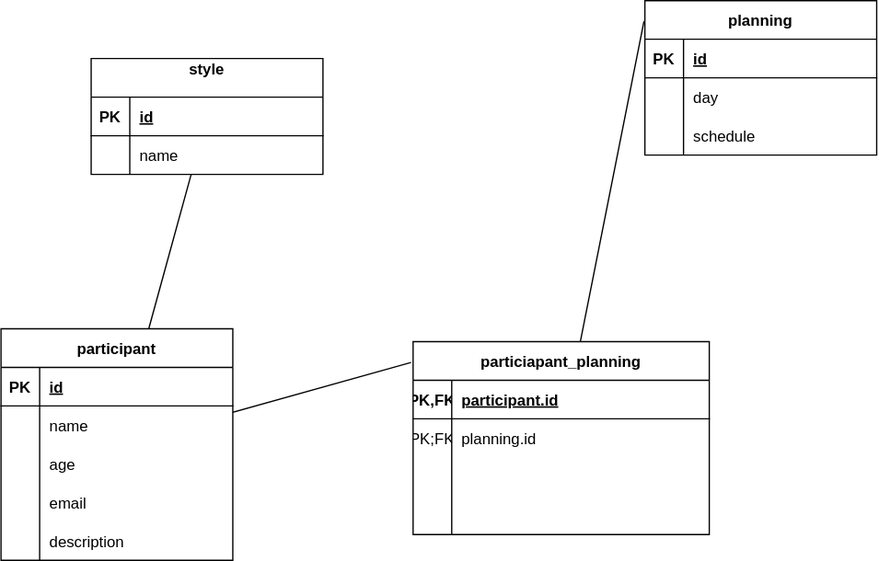
Earlier version of the draw.io export code/server/merise/MLD.rockny2.drawio.svg (Maimoudia/Rockny2). Source tidied: cells renumbered, new cells last; positions are measured from the earlier drawing's top-left corner, leaving out a move shared by most shapes.
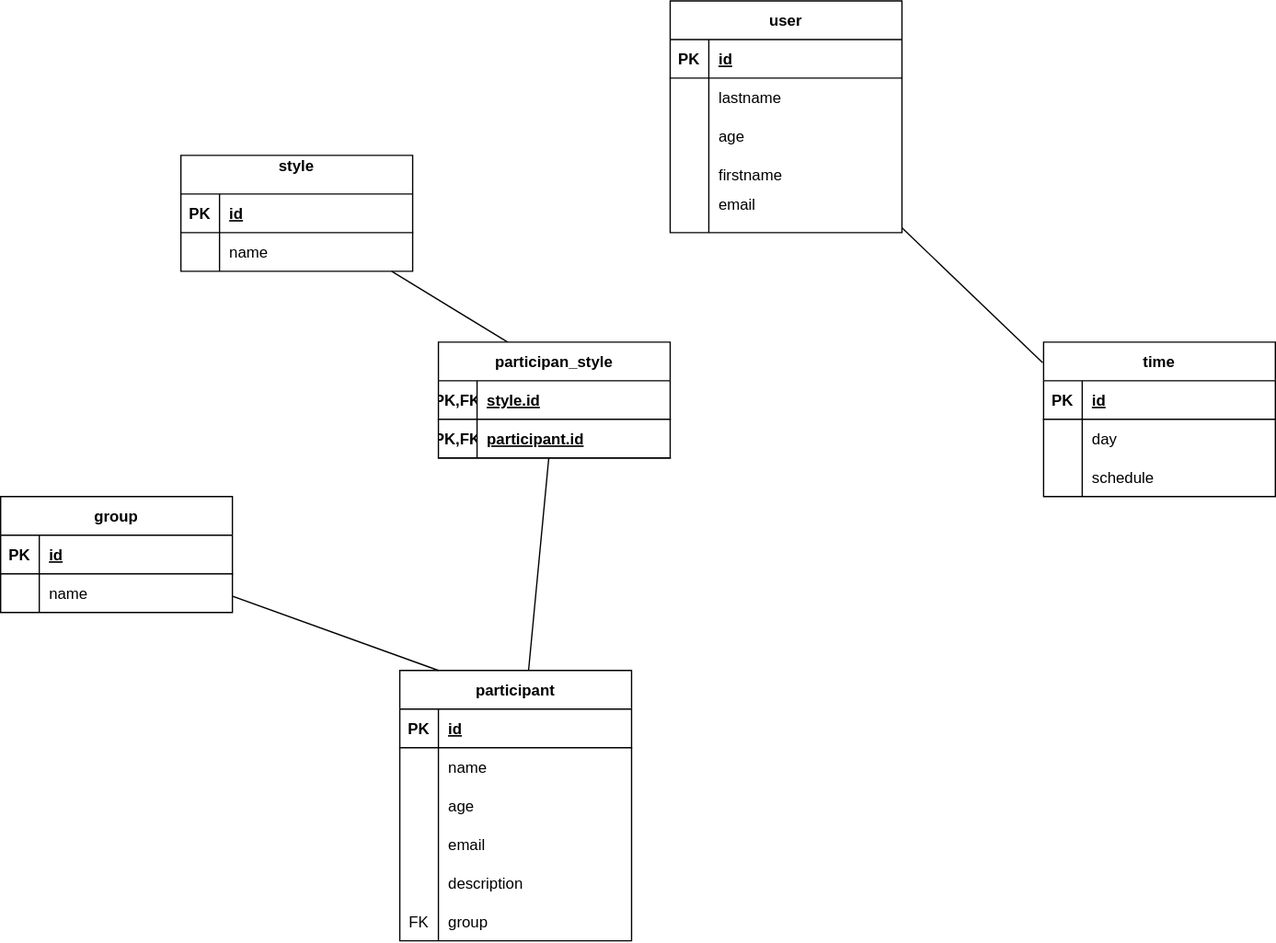
Later version of the same file.

The edit, as a diff of the source:
```diff
@@ -3,7 +3,7 @@
     <mxCell id="0" />
     <mxCell id="1" parent="0" />
     <mxCell id="2" value="style&#10;" style="shape=table;startSize=30;rowLines=0;fontStyle=1;align=center;rounded=0;shadow=0;glass=0;sketch=0;gradientColor=none;" parent="1" vertex="1">
-      <mxGeometry x="70" y="45" width="180" height="90" as="geometry" />
+      <mxGeometry x="-170" y="-145" width="180" height="90" as="geometry" />
     </mxCell>
     <mxCell id="3" style="shape=tableRow;horizontal=0;startSize=0;swimlaneHead=0;swimlaneBody=0;fillColor=none;top=0;left=0;right=0;bottom=1;rounded=0;shadow=0;glass=0;sketch=0;" parent="2" vertex="1">
       <mxGeometry y="30" width="180" height="30" as="geometry" />
@@ -24,7 +24,7 @@
       <mxGeometry x="30" width="150" height="30" as="geometry" />
     </mxCell>
     <mxCell id="9" value="participant" style="shape=table;startSize=30;rowLines=0;fontStyle=1;align=center;rounded=0;shadow=0;glass=0;sketch=0;gradientColor=none;" parent="1" vertex="1">
-      <mxGeometry y="255" width="180" height="180" as="geometry" />
+      <mxGeometry y="255" width="180" height="210" as="geometry" />
     </mxCell>
     <mxCell id="10" style="shape=tableRow;horizontal=0;startSize=0;swimlaneHead=0;swimlaneBody=0;fillColor=none;top=0;left=0;right=0;bottom=1;rounded=0;shadow=0;glass=0;sketch=0;" parent="9" vertex="1">
       <mxGeometry y="30" width="180" height="30" as="geometry" />
@@ -71,10 +71,19 @@
     <mxCell id="24" value="description" style="shape=partialRectangle;fillColor=none;top=0;left=0;bottom=0;right=0;align=left;spacingLeft=6;overflow=hidden;rounded=0;shadow=0;glass=0;sketch=0;" parent="22" vertex="1">
       <mxGeometry x="30" width="150" height="30" as="geometry" />
     </mxCell>
+    <mxCell id="51" style="shape=tableRow;horizontal=0;startSize=0;swimlaneHead=0;swimlaneBody=0;fillColor=none;top=0;left=0;right=0;bottom=0;rounded=0;shadow=0;glass=0;sketch=0;" parent="9" vertex="1">
+      <mxGeometry y="180" width="180" height="30" as="geometry" />
+    </mxCell>
+    <mxCell id="52" value="FK" style="shape=partialRectangle;fillColor=none;top=0;left=0;bottom=0;right=0;overflow=hidden;rounded=0;shadow=0;glass=0;sketch=0;" parent="51" vertex="1">
+      <mxGeometry width="30" height="30" as="geometry" />
+    </mxCell>
+    <mxCell id="53" value="group " style="shape=partialRectangle;fillColor=none;top=0;left=0;bottom=0;right=0;align=left;spacingLeft=6;overflow=hidden;rounded=0;shadow=0;glass=0;sketch=0;" parent="51" vertex="1">
+      <mxGeometry x="30" width="150" height="30" as="geometry" />
+    </mxCell>
-    <mxCell id="25" style="endArrow=none;html=1;" parent="1" edge="1" source="9" target="2">
+    <mxCell id="25" style="endArrow=none;html=1;exitX=0.333;exitY=0.042;exitDx=0;exitDy=0;exitPerimeter=0;" parent="1" edge="1" source="78" target="2">
       <mxGeometry relative="1" as="geometry" />
     </mxCell>
-    <mxCell id="26" value="planning" style="shape=table;startSize=30;rowLines=0;fontStyle=1;align=center;rounded=0;shadow=0;glass=0;sketch=0;gradientColor=none;" parent="1" vertex="1">
+    <mxCell id="26" value="time" style="shape=table;startSize=30;rowLines=0;fontStyle=1;align=center;rounded=0;shadow=0;glass=0;sketch=0;gradientColor=none;" parent="1" vertex="1">
       <mxGeometry x="500" width="180" height="120" as="geometry" />
     </mxCell>
     <mxCell id="27" style="shape=tableRow;horizontal=0;startSize=0;swimlaneHead=0;swimlaneBody=0;fillColor=none;top=0;left=0;right=0;bottom=1;rounded=0;shadow=0;glass=0;sketch=0;" parent="26" vertex="1">
@@ -104,50 +113,104 @@
     <mxCell id="35" value="schedule" style="shape=partialRectangle;fillColor=none;top=0;left=0;bottom=0;right=0;align=left;spacingLeft=6;overflow=hidden;rounded=0;shadow=0;glass=0;sketch=0;" parent="33" vertex="1">
       <mxGeometry x="30" width="150" height="30" as="geometry" />
     </mxCell>
-    <mxCell id="36" value="particiapant_planning" style="shape=table;startSize=30;rowLines=0;fontStyle=1;align=center;rounded=0;shadow=0;glass=0;sketch=0;gradientColor=none;" parent="1" vertex="1">
-      <mxGeometry x="320" y="265" width="230" height="150" as="geometry" />
-    </mxCell>
-    <mxCell id="37" style="shape=tableRow;horizontal=0;startSize=0;swimlaneHead=0;swimlaneBody=0;fillColor=none;top=0;left=0;right=0;bottom=1;rounded=0;shadow=0;glass=0;sketch=0;" parent="36" vertex="1">
-      <mxGeometry y="30" width="230" height="30" as="geometry" />
-    </mxCell>
-    <mxCell id="38" value="PK,FK" style="shape=partialRectangle;fillColor=none;top=0;left=0;bottom=0;right=0;fontStyle=1;overflow=hidden;rounded=0;shadow=0;glass=0;sketch=0;" parent="37" vertex="1">
-      <mxGeometry width="30" height="30" as="geometry" />
-    </mxCell>
-    <mxCell id="39" value="participant.id" style="shape=partialRectangle;fillColor=none;top=0;left=0;bottom=0;right=0;align=left;spacingLeft=6;fontStyle=5;overflow=hidden;rounded=0;shadow=0;glass=0;sketch=0;" parent="37" vertex="1">
-      <mxGeometry x="30" width="200" height="30" as="geometry" />
-    </mxCell>
-    <mxCell id="40" style="shape=tableRow;horizontal=0;startSize=0;swimlaneHead=0;swimlaneBody=0;fillColor=none;top=0;left=0;right=0;bottom=0;rounded=0;shadow=0;glass=0;sketch=0;" parent="36" vertex="1">
-      <mxGeometry y="60" width="230" height="30" as="geometry" />
-    </mxCell>
-    <mxCell id="41" value="PK;FK" style="shape=partialRectangle;fillColor=none;top=0;left=0;bottom=0;right=0;overflow=hidden;rounded=0;shadow=0;glass=0;sketch=0;" parent="40" vertex="1">
-      <mxGeometry width="30" height="30" as="geometry" />
-    </mxCell>
-    <mxCell id="42" value="planning.id" style="shape=partialRectangle;fillColor=none;top=0;left=0;bottom=0;right=0;align=left;spacingLeft=6;overflow=hidden;rounded=0;shadow=0;glass=0;sketch=0;" parent="40" vertex="1">
-      <mxGeometry x="30" width="200" height="30" as="geometry" />
-    </mxCell>
-    <mxCell id="43" style="shape=tableRow;horizontal=0;startSize=0;swimlaneHead=0;swimlaneBody=0;fillColor=none;top=0;left=0;right=0;bottom=0;rounded=0;shadow=0;glass=0;sketch=0;" parent="36" vertex="1">
-      <mxGeometry y="90" width="230" height="30" as="geometry" />
-    </mxCell>
-    <mxCell id="44" style="shape=partialRectangle;fillColor=none;top=0;left=0;bottom=0;right=0;overflow=hidden;rounded=0;shadow=0;glass=0;sketch=0;" parent="43" vertex="1">
-      <mxGeometry width="30" height="30" as="geometry" />
-    </mxCell>
-    <mxCell id="45" style="shape=partialRectangle;fillColor=none;top=0;left=0;bottom=0;right=0;align=left;spacingLeft=6;overflow=hidden;rounded=0;shadow=0;glass=0;sketch=0;" parent="43" vertex="1">
-      <mxGeometry x="30" width="200" height="30" as="geometry" />
-    </mxCell>
-    <mxCell id="46" style="shape=tableRow;horizontal=0;startSize=0;swimlaneHead=0;swimlaneBody=0;fillColor=none;top=0;left=0;right=0;bottom=0;rounded=0;shadow=0;glass=0;sketch=0;" parent="36" vertex="1">
-      <mxGeometry y="120" width="230" height="30" as="geometry" />
-    </mxCell>
-    <mxCell id="47" style="shape=partialRectangle;fillColor=none;top=0;left=0;bottom=0;right=0;overflow=hidden;rounded=0;shadow=0;glass=0;sketch=0;" parent="46" vertex="1">
-      <mxGeometry width="30" height="30" as="geometry" />
-    </mxCell>
-    <mxCell id="48" style="shape=partialRectangle;fillColor=none;top=0;left=0;bottom=0;right=0;align=left;spacingLeft=6;overflow=hidden;rounded=0;shadow=0;glass=0;sketch=0;" parent="46" vertex="1">
-      <mxGeometry x="30" width="200" height="30" as="geometry" />
-    </mxCell>
-    <mxCell id="49" style="endArrow=none;html=1;entryX=-0.007;entryY=0.108;entryDx=0;entryDy=0;entryPerimeter=0;" parent="1" edge="1" source="9" target="36">
+    <mxCell id="49" style="endArrow=none;html=1;" parent="1" edge="1" source="9" target="78">
       <mxGeometry relative="1" as="geometry" />
     </mxCell>
-    <mxCell id="50" style="endArrow=none;html=1;entryX=-0.004;entryY=0.133;entryDx=0;entryDy=0;entryPerimeter=0;" parent="1" edge="1" source="36" target="26">
+    <mxCell id="50" style="endArrow=none;html=1;entryX=-0.004;entryY=0.133;entryDx=0;entryDy=0;entryPerimeter=0;" parent="1" edge="1" source="62" target="26">
       <mxGeometry relative="1" as="geometry" />
     </mxCell>
+    <mxCell id="54" value="group" style="shape=table;startSize=30;rowLines=0;fontStyle=1;align=center;rounded=0;shadow=0;glass=0;sketch=0;gradientColor=none;" parent="1" vertex="1">
+      <mxGeometry x="-310" y="120" width="180" height="90" as="geometry" />
+    </mxCell>
+    <mxCell id="55" style="shape=tableRow;horizontal=0;startSize=0;swimlaneHead=0;swimlaneBody=0;fillColor=none;top=0;left=0;right=0;bottom=1;rounded=0;shadow=0;glass=0;sketch=0;" parent="54" vertex="1">
+      <mxGeometry y="30" width="180" height="30" as="geometry" />
+    </mxCell>
+    <mxCell id="56" value="PK" style="shape=partialRectangle;fillColor=none;top=0;left=0;bottom=0;right=0;fontStyle=1;overflow=hidden;rounded=0;shadow=0;glass=0;sketch=0;" parent="55" vertex="1">
+      <mxGeometry width="30" height="30" as="geometry" />
+    </mxCell>
+    <mxCell id="57" value="id" style="shape=partialRectangle;fillColor=none;top=0;left=0;bottom=0;right=0;align=left;spacingLeft=6;fontStyle=5;overflow=hidden;rounded=0;shadow=0;glass=0;sketch=0;" parent="55" vertex="1">
+      <mxGeometry x="30" width="150" height="30" as="geometry" />
+    </mxCell>
+    <mxCell id="58" style="shape=tableRow;horizontal=0;startSize=0;swimlaneHead=0;swimlaneBody=0;fillColor=none;top=0;left=0;right=0;bottom=0;rounded=0;shadow=0;glass=0;sketch=0;" parent="54" vertex="1">
+      <mxGeometry y="60" width="180" height="30" as="geometry" />
+    </mxCell>
+    <mxCell id="59" style="shape=partialRectangle;fillColor=none;top=0;left=0;bottom=0;right=0;overflow=hidden;rounded=0;shadow=0;glass=0;sketch=0;" parent="58" vertex="1">
+      <mxGeometry width="30" height="30" as="geometry" />
+    </mxCell>
+    <mxCell id="60" value="name" style="shape=partialRectangle;fillColor=none;top=0;left=0;bottom=0;right=0;align=left;spacingLeft=6;overflow=hidden;rounded=0;shadow=0;glass=0;sketch=0;" parent="58" vertex="1">
+      <mxGeometry x="30" width="150" height="30" as="geometry" />
+    </mxCell>
+    <mxCell id="61" style="endArrow=none;html=1;exitX=0.167;exitY=0;exitDx=0;exitDy=0;exitPerimeter=0;" parent="1" edge="1" source="9" target="54">
+      <mxGeometry relative="1" as="geometry" />
+    </mxCell>
+    <mxCell id="62" value="user" style="shape=table;startSize=30;rowLines=0;fontStyle=1;align=center;rounded=0;shadow=0;glass=0;sketch=0;gradientColor=none;" parent="1" vertex="1">
+      <mxGeometry x="210" y="-265" width="180" height="180" as="geometry" />
+    </mxCell>
+    <mxCell id="63" style="shape=tableRow;horizontal=0;startSize=0;swimlaneHead=0;swimlaneBody=0;fillColor=none;top=0;left=0;right=0;bottom=1;rounded=0;shadow=0;glass=0;sketch=0;" parent="62" vertex="1">
+      <mxGeometry y="30" width="180" height="30" as="geometry" />
+    </mxCell>
+    <mxCell id="64" value="PK" style="shape=partialRectangle;fillColor=none;top=0;left=0;bottom=0;right=0;fontStyle=1;overflow=hidden;rounded=0;shadow=0;glass=0;sketch=0;" parent="63" vertex="1">
+      <mxGeometry width="30" height="30" as="geometry" />
+    </mxCell>
+    <mxCell id="65" value="id" style="shape=partialRectangle;fillColor=none;top=0;left=0;bottom=0;right=0;align=left;spacingLeft=6;fontStyle=5;overflow=hidden;rounded=0;shadow=0;glass=0;sketch=0;" parent="63" vertex="1">
+      <mxGeometry x="30" width="150" height="30" as="geometry" />
+    </mxCell>
+    <mxCell id="66" style="shape=tableRow;horizontal=0;startSize=0;swimlaneHead=0;swimlaneBody=0;fillColor=none;top=0;left=0;right=0;bottom=0;rounded=0;shadow=0;glass=0;sketch=0;" parent="62" vertex="1">
+      <mxGeometry y="60" width="180" height="30" as="geometry" />
+    </mxCell>
+    <mxCell id="67" style="shape=partialRectangle;fillColor=none;top=0;left=0;bottom=0;right=0;overflow=hidden;rounded=0;shadow=0;glass=0;sketch=0;" parent="66" vertex="1">
+      <mxGeometry width="30" height="30" as="geometry" />
+    </mxCell>
+    <mxCell id="68" value="lastname" style="shape=partialRectangle;fillColor=none;top=0;left=0;bottom=0;right=0;align=left;spacingLeft=6;overflow=hidden;rounded=0;shadow=0;glass=0;sketch=0;" parent="66" vertex="1">
+      <mxGeometry x="30" width="150" height="30" as="geometry" />
+    </mxCell>
+    <mxCell id="69" style="shape=tableRow;horizontal=0;startSize=0;swimlaneHead=0;swimlaneBody=0;fillColor=none;top=0;left=0;right=0;bottom=0;rounded=0;shadow=0;glass=0;sketch=0;" parent="62" vertex="1">
+      <mxGeometry y="90" width="180" height="30" as="geometry" />
+    </mxCell>
+    <mxCell id="70" style="shape=partialRectangle;fillColor=none;top=0;left=0;bottom=0;right=0;overflow=hidden;rounded=0;shadow=0;glass=0;sketch=0;" parent="69" vertex="1">
+      <mxGeometry width="30" height="30" as="geometry" />
+    </mxCell>
+    <mxCell id="71" value="age" style="shape=partialRectangle;fillColor=none;top=0;left=0;bottom=0;right=0;align=left;spacingLeft=6;overflow=hidden;rounded=0;shadow=0;glass=0;sketch=0;" parent="69" vertex="1">
+      <mxGeometry x="30" width="150" height="30" as="geometry" />
+    </mxCell>
+    <mxCell id="72" style="shape=tableRow;horizontal=0;startSize=0;swimlaneHead=0;swimlaneBody=0;fillColor=none;top=0;left=0;right=0;bottom=0;rounded=0;shadow=0;glass=0;sketch=0;" parent="62" vertex="1">
+      <mxGeometry y="120" width="180" height="30" as="geometry" />
+    </mxCell>
+    <mxCell id="73" style="shape=partialRectangle;fillColor=none;top=0;left=0;bottom=0;right=0;overflow=hidden;rounded=0;shadow=0;glass=0;sketch=0;" parent="72" vertex="1">
+      <mxGeometry width="30" height="30" as="geometry" />
+    </mxCell>
+    <mxCell id="74" value="firstname" style="shape=partialRectangle;fillColor=none;top=0;left=0;bottom=0;right=0;align=left;spacingLeft=6;overflow=hidden;rounded=0;shadow=0;glass=0;sketch=0;" parent="72" vertex="1">
+      <mxGeometry x="30" width="150" height="30" as="geometry" />
+    </mxCell>
+    <mxCell id="75" style="shape=tableRow;horizontal=0;startSize=0;swimlaneHead=0;swimlaneBody=0;fillColor=none;top=0;left=0;right=0;bottom=0;rounded=0;shadow=0;glass=0;sketch=0;" parent="62" vertex="1">
+      <mxGeometry y="150" width="180" height="30" as="geometry" />
+    </mxCell>
+    <mxCell id="76" style="shape=partialRectangle;fillColor=none;top=0;left=0;bottom=0;right=0;overflow=hidden;rounded=0;shadow=0;glass=0;sketch=0;" parent="75" vertex="1">
+      <mxGeometry width="30" height="30" as="geometry" />
+    </mxCell>
+    <mxCell id="77" value="email&#10;" style="shape=partialRectangle;fillColor=none;top=0;left=0;bottom=0;right=0;align=left;spacingLeft=6;overflow=hidden;rounded=0;shadow=0;glass=0;sketch=0;" parent="75" vertex="1">
+      <mxGeometry x="30" width="150" height="30" as="geometry" />
+    </mxCell>
+    <mxCell id="78" value="participan_style" style="shape=table;startSize=30;rowLines=0;fontStyle=1;align=center;rounded=0;shadow=0;glass=0;sketch=0;gradientColor=none;" parent="1" vertex="1">
+      <mxGeometry x="30" width="180" height="90" as="geometry" />
+    </mxCell>
+    <mxCell id="79" style="shape=tableRow;horizontal=0;startSize=0;swimlaneHead=0;swimlaneBody=0;fillColor=none;top=0;left=0;right=0;bottom=1;rounded=0;shadow=0;glass=0;sketch=0;" parent="78" vertex="1">
+      <mxGeometry y="30" width="180" height="30" as="geometry" />
+    </mxCell>
+    <mxCell id="80" value="PK,FK" style="shape=partialRectangle;fillColor=none;top=0;left=0;bottom=0;right=0;fontStyle=1;overflow=hidden;rounded=0;shadow=0;glass=0;sketch=0;" parent="79" vertex="1">
+      <mxGeometry width="30" height="30" as="geometry" />
+    </mxCell>
+    <mxCell id="81" value="style.id" style="shape=partialRectangle;fillColor=none;top=0;left=0;bottom=0;right=0;align=left;spacingLeft=6;fontStyle=5;overflow=hidden;rounded=0;shadow=0;glass=0;sketch=0;" parent="79" vertex="1">
+      <mxGeometry x="30" width="150" height="30" as="geometry" />
+    </mxCell>
+    <mxCell id="82" style="shape=tableRow;horizontal=0;startSize=0;swimlaneHead=0;swimlaneBody=0;fillColor=none;top=0;left=0;right=0;bottom=1;rounded=0;shadow=0;glass=0;sketch=0;" parent="78" vertex="1">
+      <mxGeometry y="60" width="180" height="30" as="geometry" />
+    </mxCell>
+    <mxCell id="83" value="PK,FK" style="shape=partialRectangle;fillColor=none;top=0;left=0;bottom=0;right=0;fontStyle=1;overflow=hidden;rounded=0;shadow=0;glass=0;sketch=0;" parent="82" vertex="1">
+      <mxGeometry width="30" height="30" as="geometry" />
+    </mxCell>
+    <mxCell id="39" value="participant.id" style="shape=partialRectangle;fillColor=none;top=0;left=0;bottom=0;right=0;align=left;spacingLeft=6;fontStyle=5;overflow=hidden;rounded=0;shadow=0;glass=0;sketch=0;" parent="82" vertex="1">
+      <mxGeometry x="30" width="150" height="30" as="geometry" />
+    </mxCell>
   </root>
 </mxGraphModel>
```
